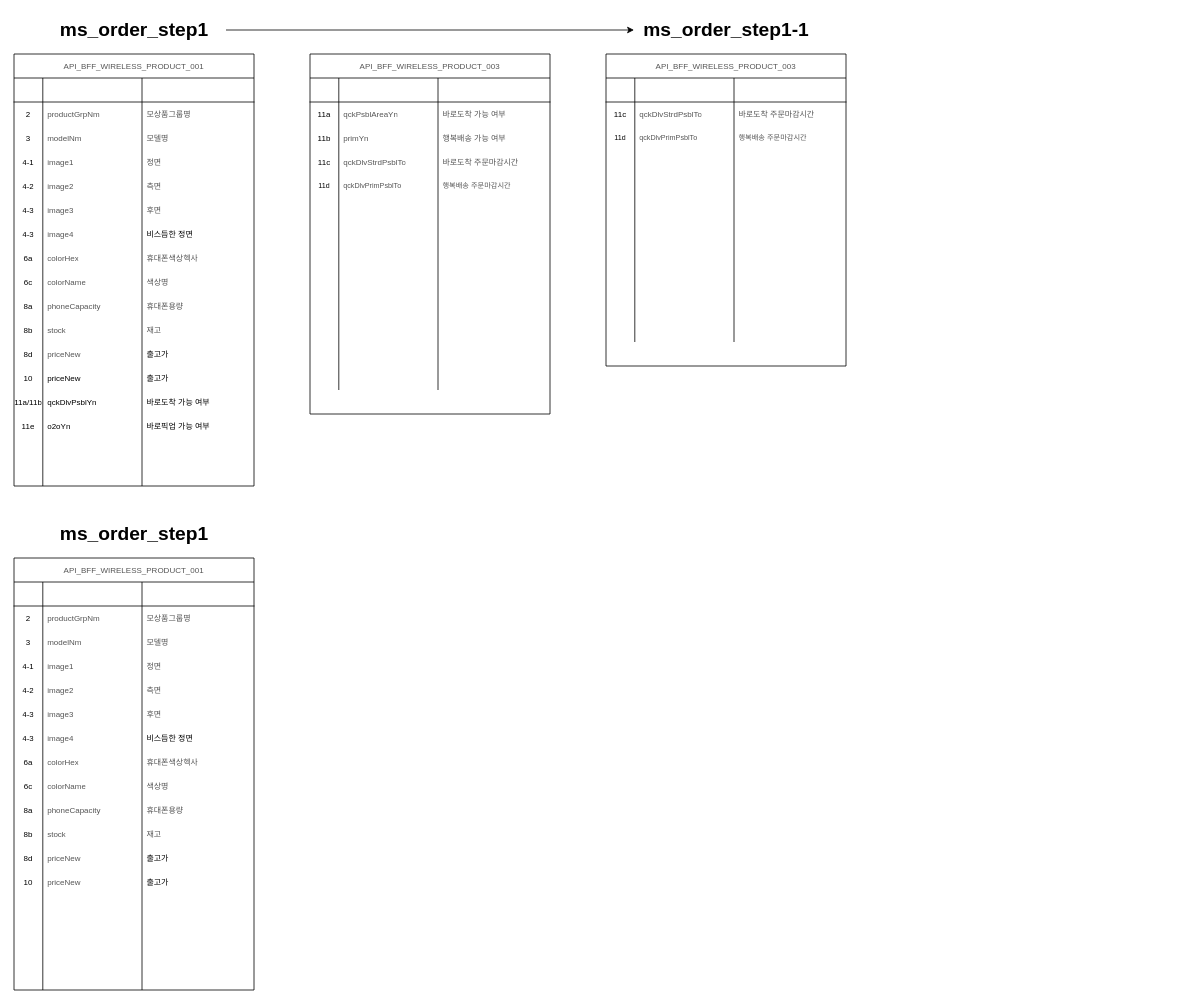
Earlier version of the draw.io diagram myshop_class_diagram.drawio (buyeol-choi/my-shop). Source tidied: cells renumbered, new cells numbered last; positions are measured from the earlier drawing's top-left corner, leaving out a move shared by most shapes. Both pictures are drawn from the tidied source at 80%, with x=0, y=0 at pixel (14, 14).
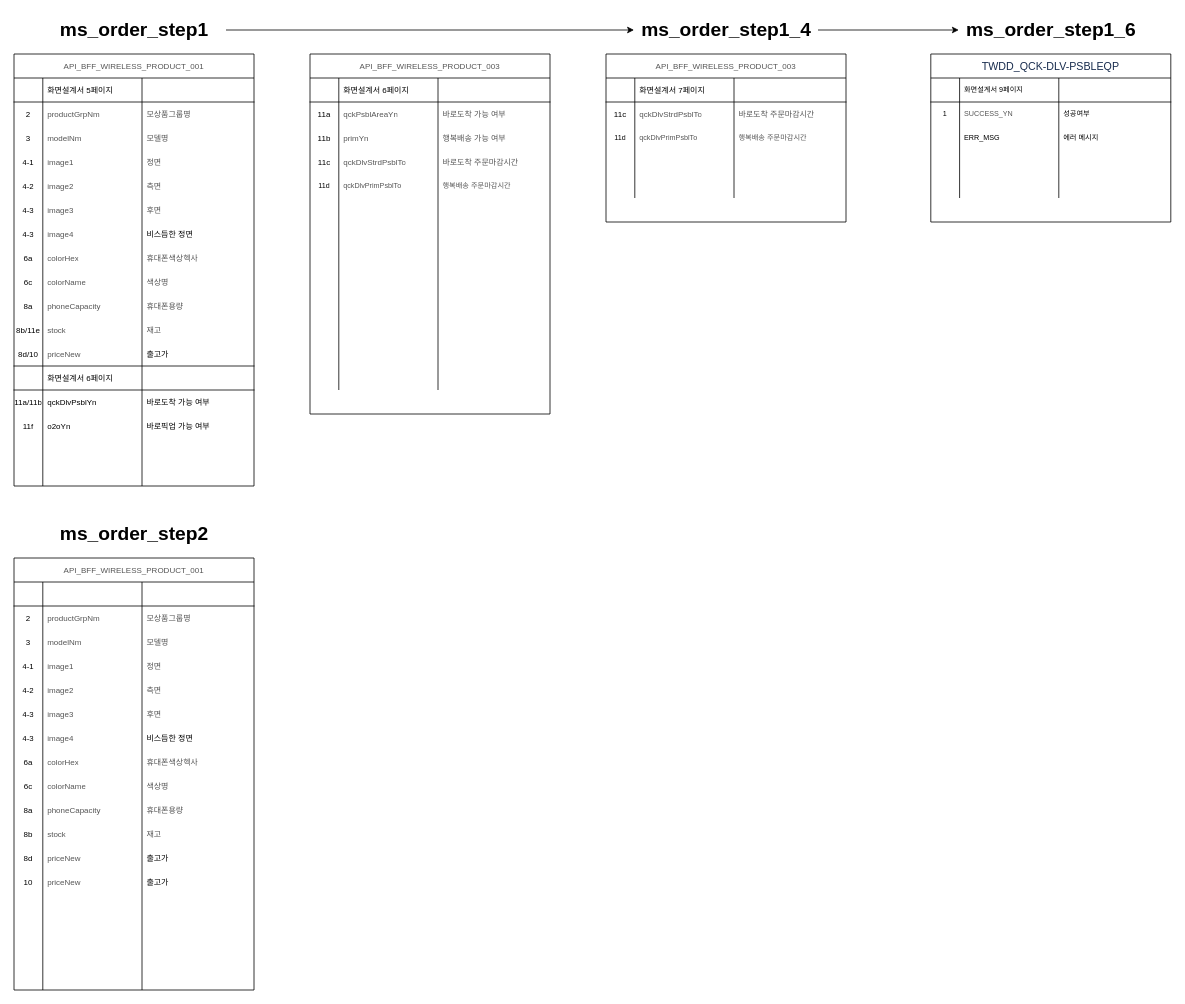
Above is the later version.

Unchanged cells that the change refers to:
```xml
<mxCell id="2" value="&lt;span style=&quot;color: rgb(85, 85, 85); font-family: &amp;quot;맑은 고딕&amp;quot;, seoul, arial, helvetica; font-size: 10px; font-weight: 400; text-align: left; background-color: rgb(255, 255, 255);&quot;&gt;API_BFF_WIRELESS_PRODUCT_001&lt;/span&gt;" style="shape=table;html=1;whiteSpace=wrap;startSize=30;childLayout=tableLayout;rowLines=0;fontStyle=1;align=center;spacing=0;fontSize=10;" parent="1" vertex="1">
  <mxGeometry y="50" width="300" height="540" as="geometry" />
</mxCell>
<mxCell id="3" style="shape=partialRectangle;html=1;whiteSpace=wrap;fillColor=none;top=0;left=0;bottom=1;right=0;spacing=0;fontSize=10;" parent="2" vertex="1">
  <mxGeometry y="30" width="300" height="30" as="geometry" />
</mxCell>
<mxCell id="43" style="shape=partialRectangle;html=1;whiteSpace=wrap;fillColor=none;top=0;left=0;bottom=0;right=0;spacing=0;fontSize=10;" parent="2" vertex="1">
  <mxGeometry y="330" width="300" height="30" as="geometry" />
</mxCell>
<mxCell id="59" style="shape=partialRectangle;html=1;whiteSpace=wrap;fillColor=none;top=0;left=0;bottom=0;right=0;spacing=0;fontSize=10;" parent="2" vertex="1">
  <mxGeometry y="450" width="300" height="30" as="geometry" />
</mxCell>
<mxCell id="73" style="shape=partialRectangle;html=1;whiteSpace=wrap;fillColor=none;top=0;left=0;bottom=1;right=0;spacing=0;fontSize=10;" parent="72" vertex="1">
  <mxGeometry y="30" width="300" height="30" as="geometry" />
</mxCell>
<mxCell id="119" style="shape=partialRectangle;html=1;whiteSpace=wrap;fillColor=none;top=0;left=0;bottom=1;right=0;spacing=0;fontSize=10;" parent="118" vertex="1">
  <mxGeometry y="30" width="300" height="30" as="geometry" />
</mxCell>
```

Diff of the diagram source:
```diff
@@
-    <mxCell id="5" style="shape=partialRectangle;html=1;whiteSpace=wrap;fillColor=none;top=0;left=0;bottom=0;right=0;align=left;spacingLeft=6;overflow=hidden;spacing=0;fontSize=10;" parent="3" vertex="1">
+    <mxCell id="5" value="화면설계서 5페이지" style="shape=partialRectangle;html=1;whiteSpace=wrap;fillColor=none;top=0;left=0;bottom=0;right=0;align=left;spacingLeft=6;overflow=hidden;spacing=0;fontSize=10;" parent="3" vertex="1">
       <mxGeometry x="36" width="124" height="30" as="geometry" />
     </mxCell>
@@
-    <mxCell id="44" value="8b" style="shape=partialRectangle;html=1;whiteSpace=wrap;fillColor=none;top=0;left=0;bottom=0;right=0;overflow=hidden;spacing=0;fontSize=10;" parent="43" vertex="1">
+    <mxCell id="44" value="8b/11e" style="shape=partialRectangle;html=1;whiteSpace=wrap;fillColor=none;top=0;left=0;bottom=0;right=0;overflow=hidden;spacing=0;fontSize=10;" parent="43" vertex="1">
       <mxGeometry width="36" height="30" as="geometry" />
     </mxCell>
@@
-    <mxCell id="47" style="shape=partialRectangle;html=1;whiteSpace=wrap;fillColor=none;top=0;left=0;bottom=0;right=0;spacing=0;fontSize=10;" parent="2" vertex="1">
+    <mxCell id="47" style="shape=partialRectangle;html=1;whiteSpace=wrap;fillColor=none;top=0;left=0;bottom=1;right=0;spacing=0;fontSize=10;" parent="2" vertex="1">
       <mxGeometry y="360" width="300" height="30" as="geometry" />
     </mxCell>
-    <mxCell id="48" value="8d" style="shape=partialRectangle;html=1;whiteSpace=wrap;fillColor=none;top=0;left=0;bottom=0;right=0;overflow=hidden;spacing=0;fontSize=10;" parent="47" vertex="1">
+    <mxCell id="48" value="8d/10" style="shape=partialRectangle;html=1;whiteSpace=wrap;fillColor=none;top=0;left=0;bottom=0;right=0;overflow=hidden;spacing=0;fontSize=10;" parent="47" vertex="1">
       <mxGeometry width="36" height="30" as="geometry" />
     </mxCell>
@@
-    <mxCell id="51" style="shape=partialRectangle;html=1;whiteSpace=wrap;fillColor=none;top=0;left=0;bottom=0;right=0;spacing=0;fontSize=10;" parent="2" vertex="1">
-      <mxGeometry y="390" width="300" height="30" as="geometry" />
-    </mxCell>
-    <mxCell id="52" value="10" style="shape=partialRectangle;html=1;whiteSpace=wrap;fillColor=none;top=0;left=0;bottom=0;right=0;overflow=hidden;spacing=0;fontSize=10;" parent="51" vertex="1">
-      <mxGeometry width="36" height="30" as="geometry" />
-    </mxCell>
-    <mxCell id="53" value="&lt;span style=&quot;font-family: &amp;quot;맑은 고딕&amp;quot;, seoul, arial, helvetica; font-size: 10px; background-color: rgb(255, 255, 255);&quot;&gt;priceNew&lt;/span&gt;" style="shape=partialRectangle;html=1;whiteSpace=wrap;fillColor=none;top=0;left=0;bottom=0;right=0;align=left;spacingLeft=6;overflow=hidden;spacing=0;fontSize=10;" parent="51" vertex="1">
-      <mxGeometry x="36" width="124" height="30" as="geometry" />
-    </mxCell>
-    <mxCell id="54" value="출고가" style="shape=partialRectangle;html=1;whiteSpace=wrap;fillColor=none;top=0;left=0;bottom=0;right=0;align=left;spacingLeft=6;overflow=hidden;spacing=0;fontSize=10;" parent="51" vertex="1">
-      <mxGeometry x="160" width="140" height="30" as="geometry" />
-    </mxCell>
+    <mxCell id="242" style="shape=partialRectangle;html=1;whiteSpace=wrap;fillColor=none;top=0;left=0;bottom=1;right=0;spacing=0;fontSize=10;" parent="2" vertex="1">
+      <mxGeometry y="390" width="300" height="30" as="geometry" />
+    </mxCell>
+    <mxCell id="243" style="shape=partialRectangle;html=1;whiteSpace=wrap;fillColor=none;top=0;left=0;bottom=0;right=0;overflow=hidden;spacing=0;fontSize=10;" parent="242" vertex="1">
+      <mxGeometry width="36" height="30" as="geometry" />
+    </mxCell>
+    <mxCell id="244" value="화면설계서 6페이지" style="shape=partialRectangle;html=1;whiteSpace=wrap;fillColor=none;top=0;left=0;bottom=0;right=0;align=left;spacingLeft=6;overflow=hidden;spacing=0;fontSize=10;" parent="242" vertex="1">
+      <mxGeometry x="36" width="124" height="30" as="geometry" />
+    </mxCell>
+    <mxCell id="245" style="shape=partialRectangle;html=1;whiteSpace=wrap;fillColor=none;top=0;left=0;bottom=0;right=0;align=left;spacingLeft=6;overflow=hidden;spacing=0;fontSize=10;" parent="242" vertex="1">
+      <mxGeometry x="160" width="140" height="30" as="geometry" />
+    </mxCell>
@@
-    <mxCell id="60" value="11e" style="shape=partialRectangle;html=1;whiteSpace=wrap;fillColor=none;top=0;left=0;bottom=0;right=0;overflow=hidden;spacing=0;fontSize=10;" parent="59" vertex="1">
+    <mxCell id="60" value="11f" style="shape=partialRectangle;html=1;whiteSpace=wrap;fillColor=none;top=0;left=0;bottom=0;right=0;overflow=hidden;spacing=0;fontSize=10;" parent="59" vertex="1">
       <mxGeometry width="36" height="30" as="geometry" />
     </mxCell>
@@
     <mxCell id="72" value="&lt;span style=&quot;color: rgb(85, 85, 85); font-family: &amp;quot;맑은 고딕&amp;quot;, seoul, arial, helvetica; font-size: 10px; font-weight: 400; text-align: left; background-color: rgb(255, 255, 255);&quot;&gt;API_BFF_WIRELESS_PRODUCT_003&lt;/span&gt;" style="shape=table;html=1;whiteSpace=wrap;startSize=30;childLayout=tableLayout;rowLines=0;fontStyle=1;align=center;spacing=0;fontSize=10;" parent="1" vertex="1">
-      <mxGeometry x="740" y="50" width="300" height="390" as="geometry" />
+      <mxGeometry x="740" y="50" width="300" height="210" as="geometry" />
     </mxCell>
@@
-    <mxCell id="75" style="shape=partialRectangle;html=1;whiteSpace=wrap;fillColor=none;top=0;left=0;bottom=0;right=0;align=left;spacingLeft=6;overflow=hidden;spacing=0;fontSize=10;" parent="73" vertex="1">
+    <mxCell id="75" value="화면설계서 7페이지" style="shape=partialRectangle;html=1;whiteSpace=wrap;fillColor=none;top=0;left=0;bottom=0;right=0;align=left;spacingLeft=6;overflow=hidden;spacing=0;fontSize=10;" parent="73" vertex="1">
       <mxGeometry x="36" width="124" height="30" as="geometry" />
     </mxCell>
@@
-    <mxCell id="85" style="shape=partialRectangle;html=1;whiteSpace=wrap;fillColor=none;top=0;left=0;bottom=0;right=0;spacing=0;fontSize=9;" parent="72" vertex="1">
-      <mxGeometry y="120" width="300" height="30" as="geometry" />
-    </mxCell>
-    <mxCell id="86" style="shape=partialRectangle;html=1;whiteSpace=wrap;fillColor=none;top=0;left=0;bottom=0;right=0;overflow=hidden;spacing=0;fontSize=9;" parent="85" vertex="1">
-      <mxGeometry width="36" height="30" as="geometry" />
-    </mxCell>
-    <mxCell id="87" style="shape=partialRectangle;html=1;whiteSpace=wrap;fillColor=none;top=0;left=0;bottom=0;right=0;align=left;spacingLeft=6;overflow=hidden;spacing=0;fontSize=9;" parent="85" vertex="1">
-      <mxGeometry x="36" width="124" height="30" as="geometry" />
-    </mxCell>
-    <mxCell id="88" style="shape=partialRectangle;html=1;whiteSpace=wrap;fillColor=none;top=0;left=0;bottom=0;right=0;align=left;spacingLeft=6;overflow=hidden;spacing=0;fontSize=9;" parent="85" vertex="1">
-      <mxGeometry x="160" width="140" height="30" as="geometry" />
-    </mxCell>
-    <mxCell id="89" style="shape=partialRectangle;html=1;whiteSpace=wrap;fillColor=none;top=0;left=0;bottom=0;right=0;spacing=0;fontSize=10;" parent="72" vertex="1">
-      <mxGeometry y="150" width="300" height="30" as="geometry" />
-    </mxCell>
-    <mxCell id="90" style="shape=partialRectangle;html=1;whiteSpace=wrap;fillColor=none;top=0;left=0;bottom=0;right=0;overflow=hidden;spacing=0;fontSize=10;" parent="89" vertex="1">
-      <mxGeometry width="36" height="30" as="geometry" />
-    </mxCell>
-    <mxCell id="91" style="shape=partialRectangle;html=1;whiteSpace=wrap;fillColor=none;top=0;left=0;bottom=0;right=0;align=left;spacingLeft=6;overflow=hidden;spacing=0;fontSize=10;" parent="89" vertex="1">
-      <mxGeometry x="36" width="124" height="30" as="geometry" />
-    </mxCell>
-    <mxCell id="92" style="shape=partialRectangle;html=1;whiteSpace=wrap;fillColor=none;top=0;left=0;bottom=0;right=0;align=left;spacingLeft=6;overflow=hidden;spacing=0;fontSize=10;" parent="89" vertex="1">
-      <mxGeometry x="160" width="140" height="30" as="geometry" />
-    </mxCell>
-    <mxCell id="93" style="shape=partialRectangle;html=1;whiteSpace=wrap;fillColor=none;top=0;left=0;bottom=0;right=0;spacing=0;fontSize=10;" parent="72" vertex="1">
-      <mxGeometry y="180" width="300" height="30" as="geometry" />
-    </mxCell>
-    <mxCell id="94" style="shape=partialRectangle;html=1;whiteSpace=wrap;fillColor=none;top=0;left=0;bottom=0;right=0;overflow=hidden;spacing=0;fontSize=10;" parent="93" vertex="1">
-      <mxGeometry width="36" height="30" as="geometry" />
-    </mxCell>
-    <mxCell id="95" style="shape=partialRectangle;html=1;whiteSpace=wrap;fillColor=none;top=0;left=0;bottom=0;right=0;align=left;spacingLeft=6;overflow=hidden;spacing=0;fontSize=10;" parent="93" vertex="1">
-      <mxGeometry x="36" width="124" height="30" as="geometry" />
-    </mxCell>
-    <mxCell id="96" style="shape=partialRectangle;html=1;whiteSpace=wrap;fillColor=none;top=0;left=0;bottom=0;right=0;align=left;spacingLeft=6;overflow=hidden;spacing=0;fontSize=10;" parent="93" vertex="1">
-      <mxGeometry x="160" width="140" height="30" as="geometry" />
-    </mxCell>
-    <mxCell id="97" style="shape=partialRectangle;html=1;whiteSpace=wrap;fillColor=none;top=0;left=0;bottom=0;right=0;spacing=0;fontSize=10;" parent="72" vertex="1">
-      <mxGeometry y="210" width="300" height="30" as="geometry" />
-    </mxCell>
-    <mxCell id="98" style="shape=partialRectangle;html=1;whiteSpace=wrap;fillColor=none;top=0;left=0;bottom=0;right=0;overflow=hidden;spacing=0;fontSize=10;" parent="97" vertex="1">
-      <mxGeometry width="36" height="30" as="geometry" />
-    </mxCell>
-    <mxCell id="99" style="shape=partialRectangle;html=1;whiteSpace=wrap;fillColor=none;top=0;left=0;bottom=0;right=0;align=left;spacingLeft=6;overflow=hidden;spacing=0;fontSize=10;" parent="97" vertex="1">
-      <mxGeometry x="36" width="124" height="30" as="geometry" />
-    </mxCell>
-    <mxCell id="100" style="shape=partialRectangle;html=1;whiteSpace=wrap;fillColor=none;top=0;left=0;bottom=0;right=0;align=left;spacingLeft=6;overflow=hidden;spacing=0;fontSize=10;" parent="97" vertex="1">
-      <mxGeometry x="160" width="140" height="30" as="geometry" />
-    </mxCell>
-    <mxCell id="101" style="shape=partialRectangle;html=1;whiteSpace=wrap;fillColor=none;top=0;left=0;bottom=0;right=0;spacing=0;fontSize=10;" parent="72" vertex="1">
-      <mxGeometry y="240" width="300" height="30" as="geometry" />
-    </mxCell>
-    <mxCell id="102" style="shape=partialRectangle;html=1;whiteSpace=wrap;fillColor=none;top=0;left=0;bottom=0;right=0;overflow=hidden;spacing=0;fontSize=10;" parent="101" vertex="1">
-      <mxGeometry width="36" height="30" as="geometry" />
-    </mxCell>
-    <mxCell id="103" style="shape=partialRectangle;html=1;whiteSpace=wrap;fillColor=none;top=0;left=0;bottom=0;right=0;align=left;spacingLeft=6;overflow=hidden;spacing=0;fontSize=10;" parent="101" vertex="1">
-      <mxGeometry x="36" width="124" height="30" as="geometry" />
-    </mxCell>
-    <mxCell id="104" style="shape=partialRectangle;html=1;whiteSpace=wrap;fillColor=none;top=0;left=0;bottom=0;right=0;align=left;spacingLeft=6;overflow=hidden;spacing=0;fontSize=10;" parent="101" vertex="1">
-      <mxGeometry x="160" width="140" height="30" as="geometry" />
-    </mxCell>
     <mxCell id="105" style="shape=partialRectangle;html=1;whiteSpace=wrap;fillColor=none;top=0;left=0;bottom=0;right=0;spacing=0;fontSize=10;" parent="72" vertex="1">
-      <mxGeometry y="270" width="300" height="30" as="geometry" />
+      <mxGeometry y="120" width="300" height="30" as="geometry" />
     </mxCell>
@@
     <mxCell id="109" style="shape=partialRectangle;html=1;whiteSpace=wrap;fillColor=none;top=0;left=0;bottom=0;right=0;spacing=0;fontSize=10;" parent="72" vertex="1">
-      <mxGeometry y="300" width="300" height="30" as="geometry" />
+      <mxGeometry y="150" width="300" height="30" as="geometry" />
     </mxCell>
@@
-    <mxCell id="113" style="shape=partialRectangle;html=1;whiteSpace=wrap;fillColor=none;top=0;left=0;bottom=0;right=0;spacing=0;fontSize=10;" parent="72" vertex="1">
-      <mxGeometry y="330" width="300" height="30" as="geometry" />
-    </mxCell>
-    <mxCell id="114" style="shape=partialRectangle;html=1;whiteSpace=wrap;fillColor=none;top=0;left=0;bottom=0;right=0;overflow=hidden;spacing=0;fontSize=10;" parent="113" vertex="1">
-      <mxGeometry width="36" height="30" as="geometry" />
-    </mxCell>
-    <mxCell id="115" style="shape=partialRectangle;html=1;whiteSpace=wrap;fillColor=none;top=0;left=0;bottom=0;right=0;align=left;spacingLeft=6;overflow=hidden;spacing=0;fontSize=10;" parent="113" vertex="1">
-      <mxGeometry x="36" width="124" height="30" as="geometry" />
-    </mxCell>
-    <mxCell id="116" style="shape=partialRectangle;html=1;whiteSpace=wrap;fillColor=none;top=0;left=0;bottom=0;right=0;align=left;spacingLeft=6;overflow=hidden;spacing=0;fontSize=10;" parent="113" vertex="1">
-      <mxGeometry x="160" width="140" height="30" as="geometry" />
-    </mxCell>
-    <mxCell id="117" value="ms_order_step1-1" style="text;strokeColor=none;fillColor=none;html=1;fontSize=24;fontStyle=1;verticalAlign=middle;align=center;" parent="1" vertex="1">
+    <mxCell id="117" value="ms_order_step1_4" style="text;strokeColor=none;fillColor=none;html=1;fontSize=24;fontStyle=1;verticalAlign=middle;align=center;" parent="1" vertex="1">
       <mxGeometry x="775" width="230" height="40" as="geometry" />
     </mxCell>
@@
-    <mxCell id="121" style="shape=partialRectangle;html=1;whiteSpace=wrap;fillColor=none;top=0;left=0;bottom=0;right=0;align=left;spacingLeft=6;overflow=hidden;spacing=0;fontSize=10;" parent="119" vertex="1">
+    <mxCell id="121" value="화면설계서 6페이지" style="shape=partialRectangle;html=1;whiteSpace=wrap;fillColor=none;top=0;left=0;bottom=0;right=0;align=left;spacingLeft=6;overflow=hidden;spacing=0;fontSize=10;" parent="119" vertex="1">
       <mxGeometry x="36" width="124" height="30" as="geometry" />
     </mxCell>
@@
-    <mxCell id="240" value="ms_order_step1" style="text;strokeColor=none;fillColor=none;html=1;fontSize=24;fontStyle=1;verticalAlign=middle;align=center;" parent="1" vertex="1">
+    <mxCell id="240" value="ms_order_step2" style="text;strokeColor=none;fillColor=none;html=1;fontSize=24;fontStyle=1;verticalAlign=middle;align=center;" parent="1" vertex="1">
       <mxGeometry x="35" y="630" width="230" height="40" as="geometry" />
     </mxCell>
@@
+    <mxCell id="246" value="ms_order_step1_6" style="text;strokeColor=none;fillColor=none;html=1;fontSize=24;fontStyle=1;verticalAlign=middle;align=center;" parent="1" vertex="1">
+      <mxGeometry x="1181" width="230" height="40" as="geometry" />
+    </mxCell>
+    <mxCell id="247" style="endArrow=classic;html=1;fontSize=9;fontColor=#000000;entryX=0;entryY=0.5;entryDx=0;entryDy=0;exitX=1;exitY=0.5;exitDx=0;exitDy=0;" parent="1" edge="1" source="117" target="246">
+      <mxGeometry relative="1" as="geometry" />
+    </mxCell>
+    <mxCell id="248" value="&lt;span style=&quot;color: rgb(23 , 43 , 77) ; font-family: &amp;#34;맑은 고딕&amp;#34; , &amp;#34;seoul&amp;#34; , &amp;#34;arial&amp;#34; , &amp;#34;helvetica&amp;#34; ; font-size: 13.3333px ; font-weight: 400 ; text-align: left ; background-color: rgb(255 , 255 , 255)&quot;&gt;TWDD_QCK-DLV-PSBLEQP&lt;/span&gt;" style="shape=table;html=1;whiteSpace=wrap;startSize=30;childLayout=tableLayout;rowLines=0;fontStyle=1;align=center;spacing=0;fontSize=10;" parent="1" vertex="1">
+      <mxGeometry x="1146" y="50" width="300" height="210" as="geometry" />
+    </mxCell>
+    <mxCell id="249" style="shape=partialRectangle;html=1;whiteSpace=wrap;fillColor=none;top=0;left=0;bottom=1;right=0;spacing=0;fontSize=9;" parent="248" vertex="1">
+      <mxGeometry y="30" width="300" height="30" as="geometry" />
+    </mxCell>
+    <mxCell id="250" style="shape=partialRectangle;html=1;whiteSpace=wrap;fillColor=none;top=0;left=0;bottom=0;right=0;overflow=hidden;spacing=0;fontSize=9;" parent="249" vertex="1">
+      <mxGeometry width="36" height="30" as="geometry" />
+    </mxCell>
+    <mxCell id="251" value="화면설계서 9페이지" style="shape=partialRectangle;html=1;whiteSpace=wrap;fillColor=none;top=0;left=0;bottom=0;right=0;align=left;spacingLeft=6;overflow=hidden;spacing=0;fontSize=9;" parent="249" vertex="1">
+      <mxGeometry x="36" width="124" height="30" as="geometry" />
+    </mxCell>
+    <mxCell id="88" style="shape=partialRectangle;html=1;whiteSpace=wrap;fillColor=none;top=0;left=0;bottom=0;right=0;align=left;spacingLeft=6;overflow=hidden;spacing=0;fontSize=9;" parent="249" vertex="1">
+      <mxGeometry x="160" width="140" height="30" as="geometry" />
+    </mxCell>
+    <mxCell id="252" style="shape=partialRectangle;html=1;whiteSpace=wrap;fillColor=none;top=0;left=0;bottom=0;right=0;spacing=0;fontSize=9;" parent="248" vertex="1">
+      <mxGeometry y="60" width="300" height="30" as="geometry" />
+    </mxCell>
+    <mxCell id="253" value="1" style="shape=partialRectangle;html=1;whiteSpace=wrap;fillColor=none;top=0;left=0;bottom=0;right=0;overflow=hidden;spacing=0;fontSize=9;" parent="252" vertex="1">
+      <mxGeometry width="36" height="30" as="geometry" />
+    </mxCell>
+    <mxCell id="254" value="&lt;span style=&quot;color: rgb(85, 85, 85); font-family: &amp;quot;맑은 고딕&amp;quot;, seoul, arial, helvetica; font-size: 9px; background-color: rgb(255, 255, 255);&quot;&gt;SUCCESS_YN&lt;/span&gt;" style="shape=partialRectangle;html=1;whiteSpace=wrap;fillColor=none;top=0;left=0;bottom=0;right=0;align=left;spacingLeft=6;overflow=hidden;spacing=0;fontSize=9;" parent="252" vertex="1">
+      <mxGeometry x="36" width="124" height="30" as="geometry" />
+    </mxCell>
+    <mxCell id="255" value="성공여부" style="shape=partialRectangle;html=1;whiteSpace=wrap;fillColor=none;top=0;left=0;bottom=0;right=0;align=left;spacingLeft=6;overflow=hidden;spacing=0;fontSize=9;" parent="252" vertex="1">
+      <mxGeometry x="160" width="140" height="30" as="geometry" />
+    </mxCell>
+    <mxCell id="256" style="shape=partialRectangle;html=1;whiteSpace=wrap;fillColor=none;top=0;left=0;bottom=0;right=0;spacing=0;fontSize=9;" parent="248" vertex="1">
+      <mxGeometry y="90" width="300" height="30" as="geometry" />
+    </mxCell>
+    <mxCell id="257" style="shape=partialRectangle;html=1;whiteSpace=wrap;fillColor=none;top=0;left=0;bottom=0;right=0;overflow=hidden;spacing=0;fontSize=9;" parent="256" vertex="1">
+      <mxGeometry width="36" height="30" as="geometry" />
+    </mxCell>
+    <mxCell id="258" value="&lt;span style=&quot;font-family: &amp;quot;맑은 고딕&amp;quot;, seoul, arial, helvetica; font-size: 9px; background-color: rgb(255, 255, 255);&quot;&gt;ERR_MSG&lt;/span&gt;" style="shape=partialRectangle;html=1;whiteSpace=wrap;fillColor=none;top=0;left=0;bottom=0;right=0;align=left;spacingLeft=6;overflow=hidden;spacing=0;fontSize=9;" parent="256" vertex="1">
+      <mxGeometry x="36" width="124" height="30" as="geometry" />
+    </mxCell>
+    <mxCell id="259" value="&lt;span style=&quot;font-size: 9px;&quot;&gt;에러 메시지&lt;/span&gt;" style="shape=partialRectangle;html=1;whiteSpace=wrap;fillColor=none;top=0;left=0;bottom=0;right=0;align=left;spacingLeft=6;overflow=hidden;spacing=0;fontSize=9;" parent="256" vertex="1">
+      <mxGeometry x="160" width="140" height="30" as="geometry" />
+    </mxCell>
+    <mxCell id="260" style="shape=partialRectangle;html=1;whiteSpace=wrap;fillColor=none;top=0;left=0;bottom=0;right=0;spacing=0;fontSize=10;" parent="248" vertex="1">
+      <mxGeometry y="120" width="300" height="30" as="geometry" />
+    </mxCell>
+    <mxCell id="261" style="shape=partialRectangle;html=1;whiteSpace=wrap;fillColor=none;top=0;left=0;bottom=0;right=0;overflow=hidden;spacing=0;fontSize=10;" parent="260" vertex="1">
+      <mxGeometry width="36" height="30" as="geometry" />
+    </mxCell>
+    <mxCell id="262" style="shape=partialRectangle;html=1;whiteSpace=wrap;fillColor=none;top=0;left=0;bottom=0;right=0;align=left;spacingLeft=6;overflow=hidden;spacing=0;fontSize=10;" parent="260" vertex="1">
+      <mxGeometry x="36" width="124" height="30" as="geometry" />
+    </mxCell>
+    <mxCell id="263" style="shape=partialRectangle;html=1;whiteSpace=wrap;fillColor=none;top=0;left=0;bottom=0;right=0;align=left;spacingLeft=6;overflow=hidden;spacing=0;fontSize=10;" parent="260" vertex="1">
+      <mxGeometry x="160" width="140" height="30" as="geometry" />
+    </mxCell>
+    <mxCell id="89" style="shape=partialRectangle;html=1;whiteSpace=wrap;fillColor=none;top=0;left=0;bottom=0;right=0;spacing=0;fontSize=10;" parent="248" vertex="1">
+      <mxGeometry y="150" width="300" height="30" as="geometry" />
+    </mxCell>
+    <mxCell id="264" style="shape=partialRectangle;html=1;whiteSpace=wrap;fillColor=none;top=0;left=0;bottom=0;right=0;overflow=hidden;spacing=0;fontSize=10;" parent="89" vertex="1">
+      <mxGeometry width="36" height="30" as="geometry" />
+    </mxCell>
+    <mxCell id="265" style="shape=partialRectangle;html=1;whiteSpace=wrap;fillColor=none;top=0;left=0;bottom=0;right=0;align=left;spacingLeft=6;overflow=hidden;spacing=0;fontSize=10;" parent="89" vertex="1">
+      <mxGeometry x="36" width="124" height="30" as="geometry" />
+    </mxCell>
+    <mxCell id="266" style="shape=partialRectangle;html=1;whiteSpace=wrap;fillColor=none;top=0;left=0;bottom=0;right=0;align=left;spacingLeft=6;overflow=hidden;spacing=0;fontSize=10;" parent="89" vertex="1">
+      <mxGeometry x="160" width="140" height="30" as="geometry" />
+    </mxCell>
```
